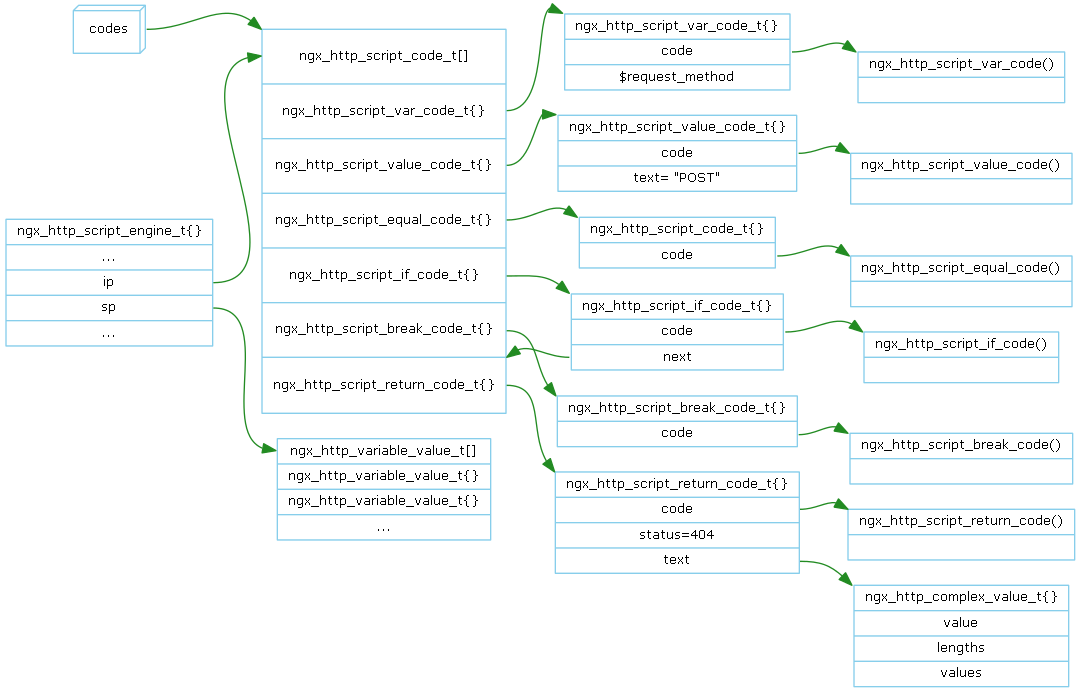
Earlier version of the Graphviz export doc/Graph/http_variable/http_engine.png (lingjf/nginx_analyse). Its source is kept beside it as doc/Graph/http_variable/http_engine.gv.
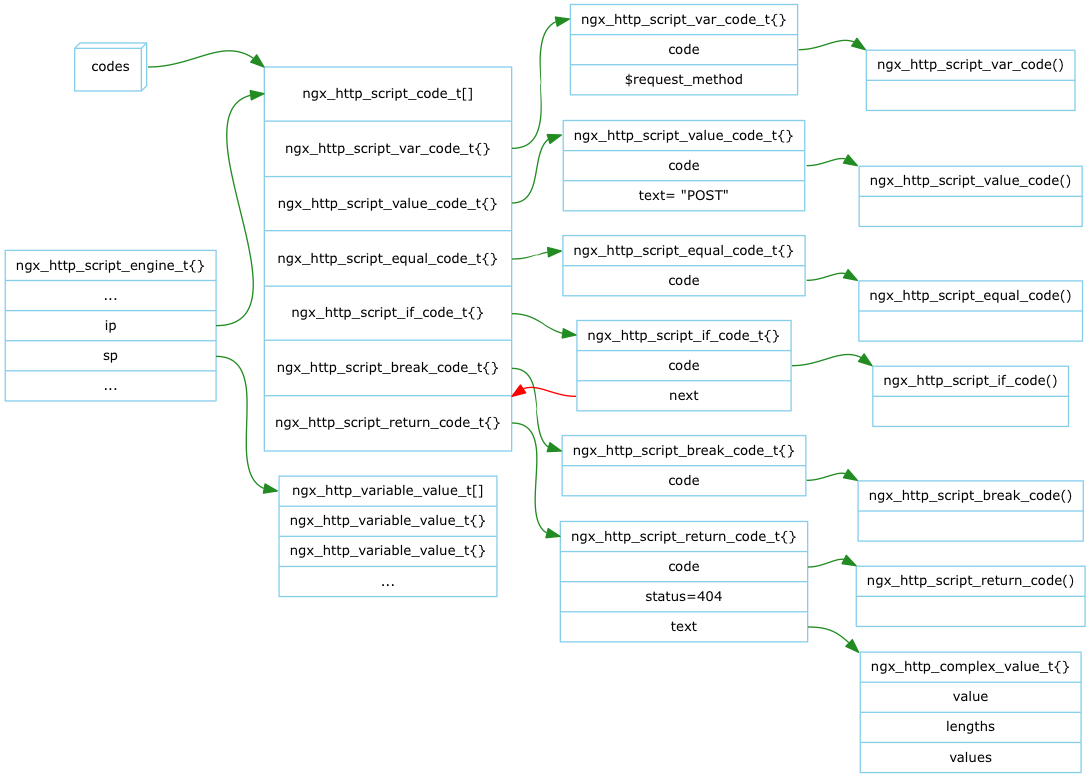
The same diagram one commit later.

Change to the diagram source:
```diff
@@ -12,18 +12,18 @@
 
    ngx_http_script_var_code_t [label="<head>ngx_http_script_var_code_t\{\}|<code>code|$request_method"];
    ngx_http_script_value_code_t [label="<head>ngx_http_script_value_code_t\{\}|<code>code|text= \"POST\""];
-   ngx_http_script_equal_code_t [label="<head>ngx_http_script_code_t\{\}|<code>code"];
+   ngx_http_script_equal_code_t [label="<head>ngx_http_script_equal_code_t\{\}|<code>code"];
    ngx_http_script_if_code_t [label="<head>ngx_http_script_if_code_t\{\}|<code>code|<next>next"];
    ngx_http_script_break_code_t [label="<head>ngx_http_script_break_code_t\{\}|<code>code"];
    ngx_http_script_return_code_t [label="<head>ngx_http_script_return_code_t\{\}|<code>code|status=404|<text>text"];
 
 
-   ngx_http_script_code_t:n1 -> ngx_http_script_var_code_t:head:nw;
-   ngx_http_script_code_t:n2 -> ngx_http_script_value_code_t:head:nw;
-   ngx_http_script_code_t:n3 -> ngx_http_script_equal_code_t:head:nw;
-   ngx_http_script_code_t:n4 -> ngx_http_script_if_code_t:head:nw;
-   ngx_http_script_code_t:n5 -> ngx_http_script_break_code_t:head:nw;
-   ngx_http_script_code_t:n6 -> ngx_http_script_return_code_t:head:nw;
+   ngx_http_script_code_t:n1 -> ngx_http_script_var_code_t:head;
+   ngx_http_script_code_t:n2 -> ngx_http_script_value_code_t:head;
+   ngx_http_script_code_t:n3 -> ngx_http_script_equal_code_t:head;
+   ngx_http_script_code_t:n4 -> ngx_http_script_if_code_t:head;
+   ngx_http_script_code_t:n5 -> ngx_http_script_break_code_t:head;
+   ngx_http_script_code_t:n6 -> ngx_http_script_return_code_t:head;
 
 
    ngx_http_script_var_code [label="ngx_http_script_var_code()|"];
@@ -37,7 +37,7 @@
 
    ngx_http_script_if_code [label="ngx_http_script_if_code()|"];
    ngx_http_script_if_code_t:code -> ngx_http_script_if_code:nw;
-   ngx_http_script_if_code_t:next -> ngx_http_script_code_t:n6:ne;
+   ngx_http_script_if_code_t:next -> ngx_http_script_code_t:n6:ne [color=red];
 
    ngx_http_script_break_code [label="ngx_http_script_break_code()|"];
    ngx_http_script_break_code_t:code -> ngx_http_script_break_code:nw;
```
